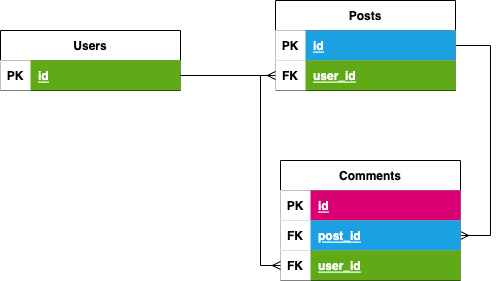
Above: imgs/blog-erd.drawio.png in weston-bailey/RESTful-API-planning (draw.io), before the change. Source tidied: cells renumbered, new cells last; positions are measured from the earlier drawing's top-left corner, leaving out a move shared by most shapes. The source it was exported from:
```xml
<mxGraphModel>
  <root>
    <mxCell id="0" />
    <mxCell id="1" parent="0" />
    <mxCell id="2" value="Users" style="shape=table;startSize=30;rowLines=0;fontStyle=1;align=center;" parent="1" vertex="1">
      <mxGeometry y="30" width="180" height="60" as="geometry" />
    </mxCell>
    <mxCell id="3" style="shape=partialRectangle;top=0;left=0;bottom=1;right=0;points=[[0,0.5],[1,0.5]];portConstraint=eastwest;" parent="2" vertex="1">
      <mxGeometry y="30" width="180" height="30" as="geometry" />
    </mxCell>
    <mxCell id="4" value="PK" style="shape=partialRectangle;top=0;left=0;bottom=0;right=0;fontStyle=1;overflow=hidden;" parent="3" vertex="1">
      <mxGeometry width="30" height="30" as="geometry" />
    </mxCell>
    <mxCell id="5" value="id" style="shape=partialRectangle;top=0;left=0;bottom=0;right=0;align=left;spacingLeft=6;fontStyle=5;overflow=hidden;fillColor=#60a917;fontColor=#ffffff;strokeColor=#2D7600;" parent="3" vertex="1">
      <mxGeometry x="30" width="150" height="30" as="geometry" />
    </mxCell>
    <mxCell id="6" style="edgeStyle=none;html=1;endArrow=ERmany;endFill=0;exitX=1;exitY=0.5;exitDx=0;exitDy=0;strokeColor=default;rounded=0;entryX=1;entryY=0.5;entryDx=0;entryDy=0;" parent="1" edge="1" source="7" target="19">
      <mxGeometry relative="1" as="geometry">
        <Array as="points">
          <mxPoint x="490" y="45" />
          <mxPoint x="490" y="235" />
        </Array>
      </mxGeometry>
    </mxCell>
    <mxCell id="7" value="Posts" style="shape=table;startSize=30;rowLines=0;fontStyle=1;align=center;" parent="1" vertex="1">
      <mxGeometry x="275" width="180" height="90" as="geometry" />
    </mxCell>
    <mxCell id="8" style="shape=partialRectangle;top=0;left=0;bottom=1;right=0;" parent="7" vertex="1">
      <mxGeometry y="30" width="180" height="30" as="geometry" />
    </mxCell>
    <mxCell id="9" value="PK" style="shape=partialRectangle;top=0;left=0;bottom=0;right=0;fontStyle=1;overflow=hidden;" parent="8" vertex="1">
      <mxGeometry width="30" height="30" as="geometry" />
    </mxCell>
    <mxCell id="10" value="id" style="shape=partialRectangle;top=0;left=0;bottom=0;right=0;align=left;spacingLeft=6;fontStyle=5;overflow=hidden;fillColor=#1ba1e2;fontColor=#ffffff;strokeColor=#006EAF;" parent="8" vertex="1">
      <mxGeometry x="30" width="150" height="30" as="geometry" />
    </mxCell>
    <mxCell id="11" style="shape=partialRectangle;top=0;left=0;bottom=1;right=0;points=[[0,0.5],[1,0.5]];portConstraint=eastwest;" parent="7" vertex="1">
      <mxGeometry y="60" width="180" height="30" as="geometry" />
    </mxCell>
    <mxCell id="12" value="FK" style="shape=partialRectangle;top=0;left=0;bottom=0;right=0;fontStyle=1;overflow=hidden;" parent="11" vertex="1">
      <mxGeometry width="30" height="30" as="geometry" />
    </mxCell>
    <mxCell id="13" value="user_id" style="shape=partialRectangle;top=0;left=0;bottom=0;right=0;align=left;spacingLeft=6;fontStyle=5;overflow=hidden;fillColor=#60a917;fontColor=#ffffff;strokeColor=#2D7600;" parent="11" vertex="1">
      <mxGeometry x="30" width="150" height="30" as="geometry" />
    </mxCell>
    <mxCell id="14" style="edgeStyle=none;html=1;entryX=0;entryY=0.5;entryDx=0;entryDy=0;endArrow=ERmany;endFill=0;curved=1;exitX=1;exitY=0.5;exitDx=0;exitDy=0;" parent="1" edge="1" source="3" target="11">
      <mxGeometry relative="1" as="geometry" />
    </mxCell>
    <mxCell id="15" value="Comments" style="shape=table;startSize=30;rowLines=0;fontStyle=1;align=center;" parent="1" vertex="1">
      <mxGeometry x="280" y="160" width="180" height="120" as="geometry" />
    </mxCell>
    <mxCell id="16" style="shape=partialRectangle;top=0;left=0;bottom=1;right=0;" parent="15" vertex="1">
      <mxGeometry y="30" width="180" height="30" as="geometry" />
    </mxCell>
    <mxCell id="17" value="PK" style="shape=partialRectangle;top=0;left=0;bottom=0;right=0;fontStyle=1;overflow=hidden;" parent="16" vertex="1">
      <mxGeometry width="30" height="30" as="geometry" />
    </mxCell>
    <mxCell id="18" value="id" style="shape=partialRectangle;top=0;left=0;bottom=0;right=0;align=left;spacingLeft=6;fontStyle=5;overflow=hidden;fillColor=#d80073;fontColor=#ffffff;strokeColor=#A50040;" parent="16" vertex="1">
      <mxGeometry x="30" width="150" height="30" as="geometry" />
    </mxCell>
    <mxCell id="19" style="shape=partialRectangle;top=0;left=0;bottom=1;right=0;points=[[0,0.5],[1,0.5]];portConstraint=eastwest;" parent="15" vertex="1">
      <mxGeometry y="60" width="180" height="30" as="geometry" />
    </mxCell>
    <mxCell id="20" value="FK" style="shape=partialRectangle;top=0;left=0;bottom=0;right=0;fontStyle=1;overflow=hidden;" parent="19" vertex="1">
      <mxGeometry width="30" height="30" as="geometry" />
    </mxCell>
    <mxCell id="21" value="post_id" style="shape=partialRectangle;top=0;left=0;bottom=0;right=0;align=left;spacingLeft=6;fontStyle=5;overflow=hidden;fillColor=#1ba1e2;fontColor=#ffffff;strokeColor=#006EAF;" parent="19" vertex="1">
      <mxGeometry x="30" width="150" height="30" as="geometry" />
    </mxCell>
    <mxCell id="22" style="shape=partialRectangle;top=0;left=0;bottom=1;right=0;points=[[0,0.5],[1,0.5]];portConstraint=eastwest;" parent="15" vertex="1">
      <mxGeometry y="90" width="180" height="30" as="geometry" />
    </mxCell>
    <mxCell id="23" value="FK" style="shape=partialRectangle;top=0;left=0;bottom=0;right=0;fontStyle=1;overflow=hidden;" parent="22" vertex="1">
      <mxGeometry width="30" height="30" as="geometry" />
    </mxCell>
    <mxCell id="24" value="user_id" style="shape=partialRectangle;top=0;left=0;bottom=0;right=0;align=left;spacingLeft=6;fontStyle=5;overflow=hidden;fillColor=#60a917;fontColor=#ffffff;strokeColor=#2D7600;" parent="22" vertex="1">
      <mxGeometry x="30" width="150" height="30" as="geometry" />
    </mxCell>
    <mxCell id="25" style="edgeStyle=none;html=1;exitX=1;exitY=0.5;exitDx=0;exitDy=0;entryX=0;entryY=0.5;entryDx=0;entryDy=0;endArrow=ERmany;endFill=0;rounded=0;" parent="1" edge="1" source="3" target="22">
      <mxGeometry relative="1" as="geometry">
        <Array as="points">
          <mxPoint x="260" y="75" />
          <mxPoint x="260" y="265" />
        </Array>
      </mxGeometry>
    </mxCell>
  </root>
</mxGraphModel>
```
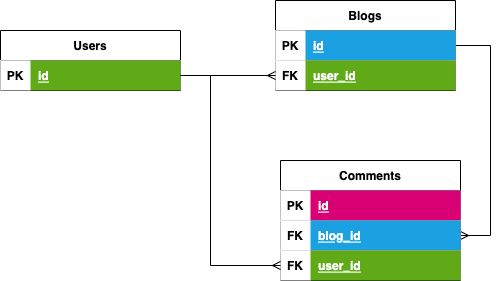
The same file after the commit.

Commit message:
changes posts => blogs and adds discussion of blog routes

What changed in the source:
```diff
@@ -22,7 +22,7 @@
         </Array>
       </mxGeometry>
     </mxCell>
-    <mxCell id="7" value="Posts" style="shape=table;startSize=30;rowLines=0;fontStyle=1;align=center;" parent="1" vertex="1">
+    <mxCell id="7" value="Blogs" style="shape=table;startSize=30;rowLines=0;fontStyle=1;align=center;" parent="1" vertex="1">
       <mxGeometry x="275" width="180" height="90" as="geometry" />
     </mxCell>
     <mxCell id="8" style="shape=partialRectangle;top=0;left=0;bottom=1;right=0;" parent="7" vertex="1">
@@ -64,7 +64,7 @@
     <mxCell id="20" value="FK" style="shape=partialRectangle;top=0;left=0;bottom=0;right=0;fontStyle=1;overflow=hidden;" parent="19" vertex="1">
       <mxGeometry width="30" height="30" as="geometry" />
     </mxCell>
-    <mxCell id="21" value="post_id" style="shape=partialRectangle;top=0;left=0;bottom=0;right=0;align=left;spacingLeft=6;fontStyle=5;overflow=hidden;fillColor=#1ba1e2;fontColor=#ffffff;strokeColor=#006EAF;" parent="19" vertex="1">
+    <mxCell id="21" value="blog_id" style="shape=partialRectangle;top=0;left=0;bottom=0;right=0;align=left;spacingLeft=6;fontStyle=5;overflow=hidden;fillColor=#1ba1e2;fontColor=#ffffff;strokeColor=#006EAF;" parent="19" vertex="1">
       <mxGeometry x="30" width="150" height="30" as="geometry" />
     </mxCell>
     <mxCell id="22" style="shape=partialRectangle;top=0;left=0;bottom=1;right=0;points=[[0,0.5],[1,0.5]];portConstraint=eastwest;" parent="15" vertex="1">
@@ -79,8 +79,8 @@
     <mxCell id="25" style="edgeStyle=none;html=1;exitX=1;exitY=0.5;exitDx=0;exitDy=0;entryX=0;entryY=0.5;entryDx=0;entryDy=0;endArrow=ERmany;endFill=0;rounded=0;" parent="1" edge="1" source="3" target="22">
       <mxGeometry relative="1" as="geometry">
         <Array as="points">
-          <mxPoint x="260" y="75" />
-          <mxPoint x="260" y="265" />
+          <mxPoint x="210" y="75" />
+          <mxPoint x="210" y="265" />
         </Array>
       </mxGeometry>
     </mxCell>
```
